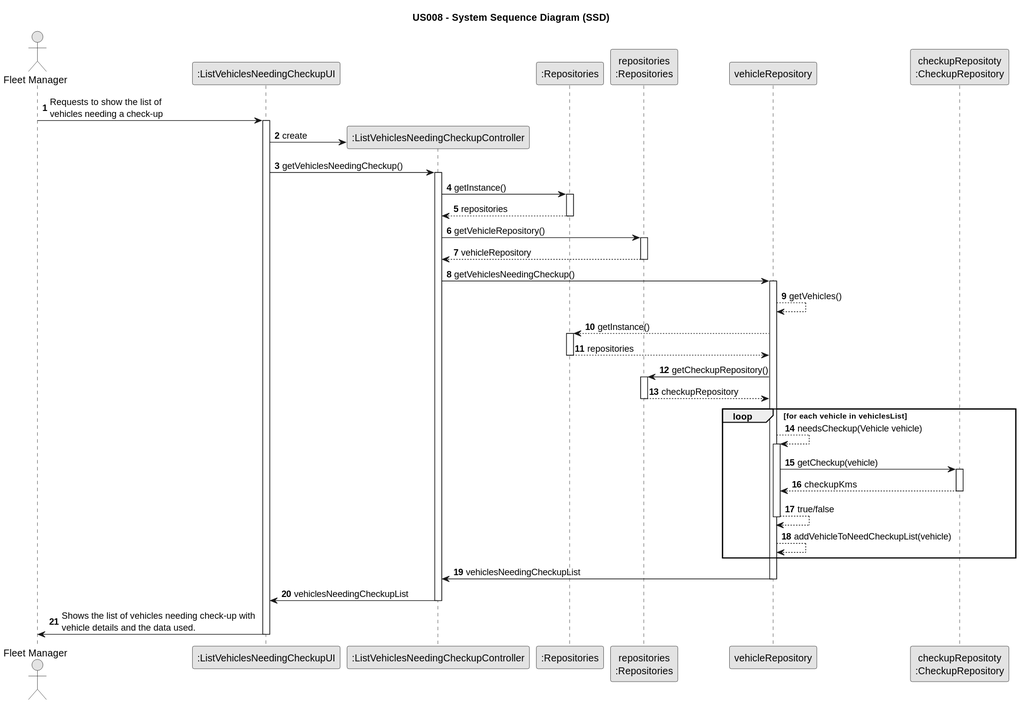
Above: docs/sprintB/us008/03.design/svg/us008-sequence-diagram.svg in Rui-San/LAPR2_2023_2024 (PlantUML), before the change.
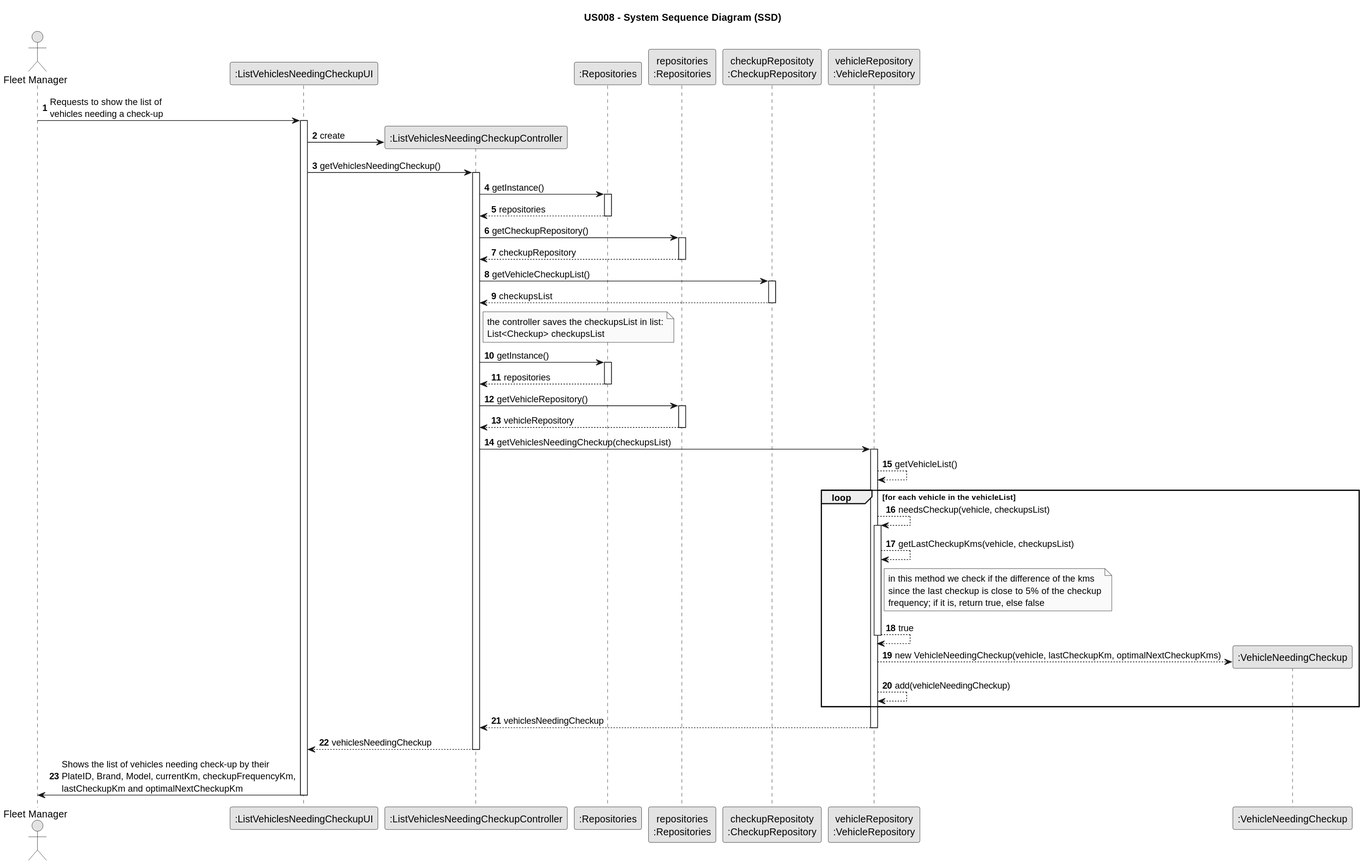
Above is the later version.

What changed in the source:
```diff
@@ -12,8 +12,9 @@
 participant ":ListVehiclesNeedingCheckupController" as CTRL
 participant ":Repositories" as Repos
 participant "repositories\n:Repositories" as PLAT
-participant "vehicleRepository" as VRepo
 participant "checkupRepositoty\n:CheckupRepository" as CheckupRepo
+participant "vehicleRepository\n:VehicleRepository" as VRepo
+participant ":VehicleNeedingCheckup" as VehicleNeedCheckup
 
     Employee -> UI : Requests to show the list of \nvehicles needing a check-up
     activate UI
@@ -27,45 +28,63 @@
 
                 Repos --> CTRL : repositories
             deactivate Repos
+
+            CTRL -> PLAT : getCheckupRepository()
+            activate PLAT
+
+                PLAT --> CTRL : checkupRepository
+            deactivate PLAT
+
+            CTRL -> CheckupRepo : getVehicleCheckupList()
+            activate CheckupRepo
+
+                CheckupRepo --> CTRL : checkupsList
+            deactivate CheckupRepo
+
+            note right of CTRL
+                the controller saves the checkupsList in list:
+                List<Checkup> checkupsList
+            end note
+
+            CTRL -> Repos : getInstance()
+            activate Repos
+
+                Repos --> CTRL : repositories
+            deactivate Repos
+
             CTRL -> PLAT : getVehicleRepository()
             activate PLAT
 
                 PLAT --> CTRL : vehicleRepository
             deactivate PLAT
 
-            CTRL-> VRepo : getVehiclesNeedingCheckup()
+            CTRL-> VRepo : getVehiclesNeedingCheckup(checkupsList)
             activate VRepo
 
-                VRepo --> VRepo : getVehicles()
-                VRepo --> Repos : getInstance()
-                activate Repos
+                VRepo --> VRepo : getVehicleList()
 
-                    Repos --> VRepo : repositories
-                deactivate Repos
-                VRepo -> PLAT : getCheckupRepository()
-                activate PLAT
-
-                    PLAT --> VRepo : checkupRepository
-                deactivate PLAT
-                loop for each vehicle in vehiclesList
-                    VRepo --> VRepo : needsCheckup(Vehicle vehicle)
+                loop for each vehicle in the vehicleList
+                    VRepo --> VRepo : needsCheckup(vehicle, checkupsList)
                     activate VRepo
 
-                        VRepo -> CheckupRepo : getCheckup(vehicle)
-                        activate CheckupRepo
+                        VRepo --> VRepo : getLastCheckupKms(vehicle, checkupsList)
+                        note right of VRepo
+                            in this method we check if the difference of the kms
+                            since the last checkup is close to 5% of the checkup
+                            frequency; if it is, return true, else false
+                        end note
+                        VRepo --> VRepo : true
+                    deactivate VRepo
 
-                            CheckupRepo --> VRepo : checkupKms
-                        deactivate CheckupRepo
-                    VRepo --> VRepo : true/false
-                    deactivate VRepo
-                    VRepo --> VRepo : addVehicleToNeedCheckupList(vehicle)
+                        VRepo --> VehicleNeedCheckup** : new VehicleNeedingCheckup(vehicle, lastCheckupKm, optimalNextCheckupKms)
+                    VRepo --> VRepo : add(vehicleNeedingCheckup)
                 end loop
-                VRepo -> CTRL : vehiclesNeedingCheckupList
+                VRepo --> CTRL : vehiclesNeedingCheckup
             deactivate VRepo
-            CTRL -> UI : vehiclesNeedingCheckupList
+            CTRL --> UI : vehiclesNeedingCheckup
         deactivate CTRL
 
-        UI -> Employee : Shows the list of vehicles needing check-up with \nvehicle details and the data used.
+        UI -> Employee : Shows the list of vehicles needing check-up by their\nPlateID, Brand, Model, currentKm, checkupFrequencyKm,\nlastCheckupKm and optimalNextCheckupKm
 
     deactivate UI
 @enduml
```
